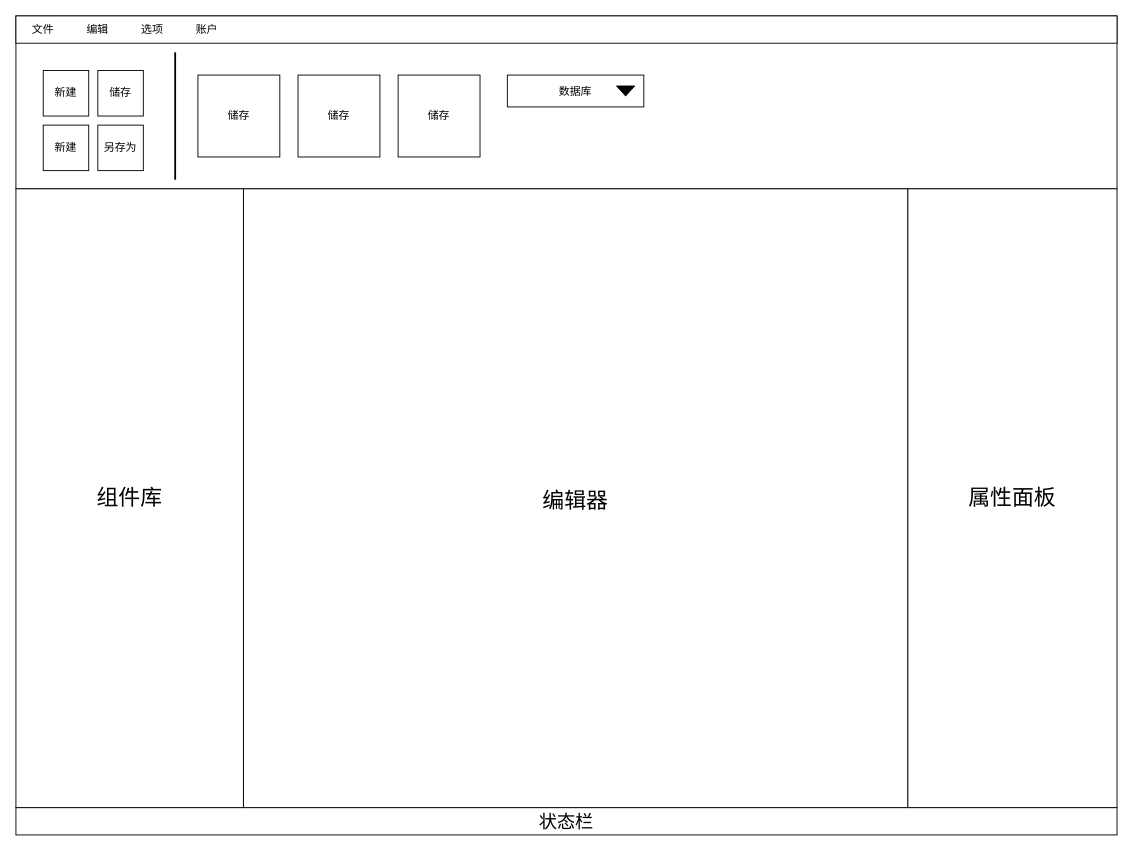
SiriusFang2020/DrowIOProjs keeps this draw.io diagram as MOM界面示意图.drawio. Above is the earlier version. Source tidied: cells renumbered, new cells numbered last; positions are measured from the earlier drawing's top-left corner, leaving out a move shared by most shapes. Both pictures are drawn from the tidied source at 91%, with x=0, y=0 at pixel (15, 15).
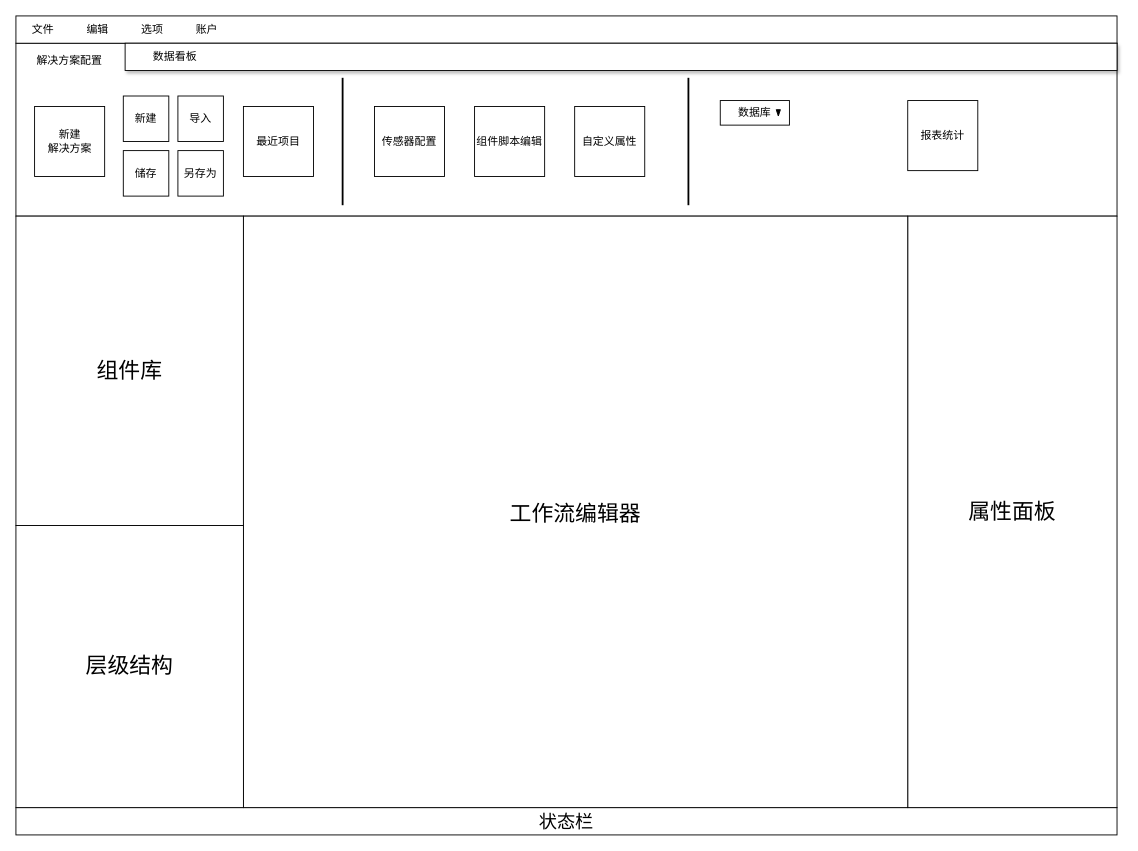
After the change.

Commit message (it also covers changes not shown here):
更新MOM界面示意图.drawio

Diff of the diagram source:
```diff
@@
     <mxCell id="2" style="rounded=0;whiteSpace=wrap;html=1;" parent="1" vertex="1">
-      <mxGeometry width="1210" height="190" as="geometry" />
+      <mxGeometry y="30" width="1210" height="190" as="geometry" />
     </mxCell>
@@
     <mxCell id="4" value="&lt;font style=&quot;font-size: 24px;&quot;&gt;组件库&lt;/font&gt;" style="rounded=0;whiteSpace=wrap;html=1;" parent="1" vertex="1">
-      <mxGeometry y="190" width="250" height="680" as="geometry" />
+      <mxGeometry y="220" width="250" height="340" as="geometry" />
     </mxCell>
     <mxCell id="5" value="&lt;font style=&quot;font-size: 24px;&quot;&gt;属性面板&lt;/font&gt;" style="rounded=0;whiteSpace=wrap;html=1;" parent="1" vertex="1">
-      <mxGeometry x="980" y="190" width="230" height="680" as="geometry" />
+      <mxGeometry x="980" y="220" width="230" height="650" as="geometry" />
     </mxCell>
@@
     <mxCell id="11" value="新建" style="rounded=0;whiteSpace=wrap;html=1;" parent="1" vertex="1">
-      <mxGeometry x="30" y="60" width="50" height="50" as="geometry" />
+      <mxGeometry x="118" y="88" width="50" height="50" as="geometry" />
     </mxCell>
-    <mxCell id="12" value="储存" style="rounded=0;whiteSpace=wrap;html=1;" parent="1" vertex="1">
-      <mxGeometry x="90" y="60" width="50" height="50" as="geometry" />
+    <mxCell id="12" value="导入" style="rounded=0;whiteSpace=wrap;html=1;" parent="1" vertex="1">
+      <mxGeometry x="178" y="88" width="50" height="50" as="geometry" />
     </mxCell>
     <mxCell id="13" value="另存为" style="rounded=0;whiteSpace=wrap;html=1;" parent="1" vertex="1">
-      <mxGeometry x="90" y="120" width="50" height="50" as="geometry" />
+      <mxGeometry x="178" y="148" width="50" height="50" as="geometry" />
     </mxCell>
-    <mxCell id="14" value="新建" style="rounded=0;whiteSpace=wrap;html=1;" parent="1" vertex="1">
-      <mxGeometry x="30" y="120" width="50" height="50" as="geometry" />
+    <mxCell id="14" value="储存" style="rounded=0;whiteSpace=wrap;html=1;" parent="1" vertex="1">
+      <mxGeometry x="118" y="148" width="50" height="50" as="geometry" />
     </mxCell>
     <mxCell id="15" style="line;strokeWidth=2;direction=south;html=1;" parent="1" vertex="1">
-      <mxGeometry x="170" y="40" width="10" height="140" as="geometry" />
+      <mxGeometry x="354" y="68" width="10" height="140" as="geometry" />
     </mxCell>
-    <mxCell id="16" value="储存" style="rounded=0;whiteSpace=wrap;html=1;" parent="1" vertex="1">
-      <mxGeometry x="200" y="65" width="90" height="90" as="geometry" />
-    </mxCell>
-    <mxCell id="17" value="储存" style="rounded=0;whiteSpace=wrap;html=1;" parent="1" vertex="1">
-      <mxGeometry x="310" y="65" width="90" height="90" as="geometry" />
+    <mxCell id="17" value="组件脚本编辑" style="rounded=0;whiteSpace=wrap;html=1;" parent="1" vertex="1">
+      <mxGeometry x="504" y="99.5" width="77" height="77" as="geometry" />
     </mxCell>
-    <mxCell id="18" value="储存" style="rounded=0;whiteSpace=wrap;html=1;" parent="1" vertex="1">
-      <mxGeometry x="420" y="65" width="90" height="90" as="geometry" />
+    <mxCell id="18" value="自定义属性" style="rounded=0;whiteSpace=wrap;html=1;" parent="1" vertex="1">
+      <mxGeometry x="614" y="99.5" width="77" height="77" as="geometry" />
     </mxCell>
+    <mxCell id="21" value="&lt;font style=&quot;font-size: 24px;&quot;&gt;工作流编辑器&lt;/font&gt;" style="rounded=0;whiteSpace=wrap;html=1;fontSize=30;fillColor=#FFFFFF;" parent="1" vertex="1">
+      <mxGeometry x="250" y="220" width="730" height="650" as="geometry" />
+    </mxCell>
+    <mxCell id="22" style="group;glass=0;rounded=1;" parent="1" vertex="1">
+      <mxGeometry x="774" y="93" width="76" height="27" as="geometry" />
+    </mxCell>
-    <mxCell id="19" value="数据库" style="rounded=0;whiteSpace=wrap;html=1;" parent="1" vertex="1">
-      <mxGeometry x="540" y="65" width="150" height="35" as="geometry" />
+    <mxCell id="19" value="数据库" style="rounded=0;whiteSpace=wrap;html=1;sketch=0;glass=0;" parent="22" vertex="1">
+      <mxGeometry width="76" height="27" as="geometry" />
     </mxCell>
-    <mxCell id="20" style="verticalLabelPosition=bottom;verticalAlign=top;html=1;shape=mxgraph.basic.acute_triangle;dx=0.5;rotation=-180;fillColor=#000000;" parent="1" vertex="1">
-      <mxGeometry x="660" y="77" width="20" height="11.1" as="geometry" />
+    <mxCell id="20" style="verticalLabelPosition=bottom;verticalAlign=top;html=1;shape=mxgraph.basic.acute_triangle;dx=0.5;rotation=-180;fillColor=#000000;" parent="22" vertex="1">
+      <mxGeometry x="61.5" y="10" width="4.6" height="7" as="geometry" />
     </mxCell>
-    <mxCell id="21" value="&lt;font style=&quot;font-size: 24px;&quot;&gt;编辑器&lt;/font&gt;" style="rounded=0;whiteSpace=wrap;html=1;fontSize=30;fillColor=#FFFFFF;" parent="1" vertex="1">
-      <mxGeometry x="250" y="190" width="730" height="680" as="geometry" />
-    </mxCell>
+    <mxCell id="23" style="line;strokeWidth=2;direction=south;html=1;" parent="1" vertex="1">
+      <mxGeometry x="734" y="68" width="10" height="140" as="geometry" />
+    </mxCell>
+    <mxCell id="24" style="rounded=0;whiteSpace=wrap;html=1;shadow=1;" parent="1" vertex="1">
+      <mxGeometry x="120" y="30" width="1090" height="30" as="geometry" />
+    </mxCell>
+    <mxCell id="25" value="&lt;font style=&quot;font-size: 24px;&quot;&gt;层级结构&lt;/font&gt;" style="rounded=0;whiteSpace=wrap;html=1;" parent="1" vertex="1">
+      <mxGeometry y="560" width="250" height="310" as="geometry" />
+    </mxCell>
+    <mxCell id="26" value="解决方案配置" style="text;html=1;strokeColor=none;fillColor=none;align=center;verticalAlign=middle;whiteSpace=wrap;rounded=0;shadow=1;" parent="1" vertex="1">
+      <mxGeometry x="22" y="34" width="74" height="30" as="geometry" />
+    </mxCell>
+    <mxCell id="27" value="数据看板" style="text;html=1;strokeColor=none;fillColor=none;align=center;verticalAlign=middle;whiteSpace=wrap;rounded=0;shadow=1;" parent="1" vertex="1">
+      <mxGeometry x="138" y="30" width="74" height="30" as="geometry" />
+    </mxCell>
+    <mxCell id="28" value="新建&lt;br&gt;解决方案" style="rounded=0;whiteSpace=wrap;html=1;" parent="1" vertex="1">
+      <mxGeometry x="20.5" y="99.5" width="77" height="77" as="geometry" />
+    </mxCell>
+    <mxCell id="29" value="传感器配置" style="rounded=0;whiteSpace=wrap;html=1;" parent="1" vertex="1">
+      <mxGeometry x="394" y="99.5" width="77" height="77" as="geometry" />
+    </mxCell>
+    <mxCell id="30" value="最近项目" style="rounded=0;whiteSpace=wrap;html=1;" parent="1" vertex="1">
+      <mxGeometry x="250" y="99.5" width="77" height="77" as="geometry" />
+    </mxCell>
+    <mxCell id="31" value="报表统计" style="rounded=0;whiteSpace=wrap;html=1;" parent="1" vertex="1">
+      <mxGeometry x="980" y="93" width="77" height="77" as="geometry" />
+    </mxCell>
```
